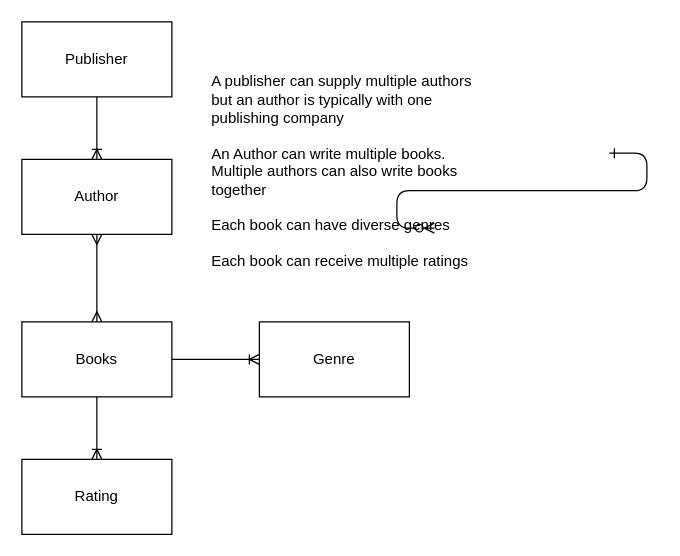
Earlier version of the draw.io diagram KN02/books.drawio (emmabrght/m165). Source tidied: cells renumbered, new cells numbered last; positions are measured from the earlier drawing's top-left corner, leaving out a move shared by most shapes. Both pictures are drawn from the tidied source at 125%, with x=0, y=0 at pixel (21, 21).
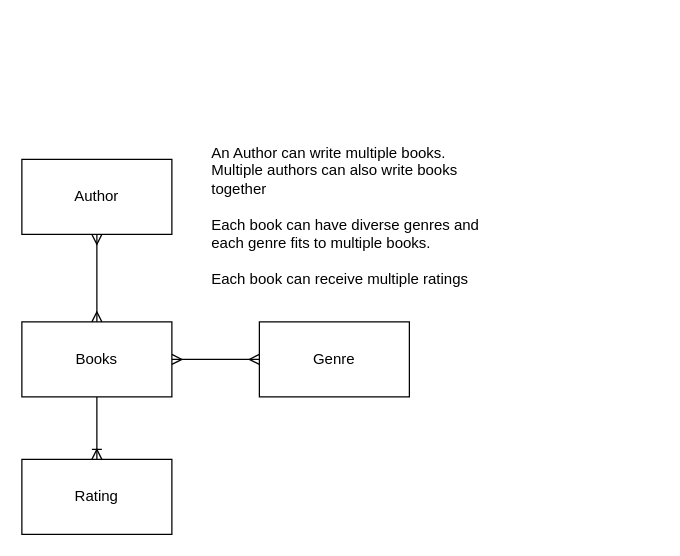
Above is the later version.

Diff of the diagram source:
```diff
@@
 <mxGraphModel>
   <root>
     <mxCell id="0" />
     <mxCell id="1" parent="0" />
-    <mxCell id="2" style="edgeStyle=entityRelationEdgeStyle;endArrow=ERzeroToMany;startArrow=ERone;endFill=1;startFill=0;" parent="1" edge="1">
-      <mxGeometry relative="1" as="geometry">
-        <mxPoint x="470" y="105" as="sourcePoint" />
-        <mxPoint x="330" y="165" as="targetPoint" />
-      </mxGeometry>
-    </mxCell>
     <mxCell id="3" value="Author" style="rounded=0;whiteSpace=wrap;html=1;" parent="1" vertex="1">
       <mxGeometry y="110" width="120" height="60" as="geometry" />
     </mxCell>
     <mxCell id="4" value="Books" style="rounded=0;whiteSpace=wrap;html=1;" parent="1" vertex="1">
       <mxGeometry y="240" width="120" height="60" as="geometry" />
     </mxCell>
     <mxCell id="5" style="fontSize=12;html=1;endArrow=ERmany;startArrow=ERmany;rounded=0;exitX=0.5;exitY=0;exitDx=0;exitDy=0;entryX=0.5;entryY=1;entryDx=0;entryDy=0;" parent="1" edge="1" source="4" target="3">
       <mxGeometry relative="1" as="geometry" />
     </mxCell>
     <mxCell id="6" value="Genre" style="rounded=0;whiteSpace=wrap;html=1;" parent="1" vertex="1">
       <mxGeometry x="190" y="240" width="120" height="60" as="geometry" />
     </mxCell>
     <mxCell id="7" value="Rating" style="rounded=0;whiteSpace=wrap;html=1;" parent="1" vertex="1">
       <mxGeometry y="350" width="120" height="60" as="geometry" />
     </mxCell>
+    <mxCell id="9" style="fontSize=12;html=1;endArrow=ERoneToMany;rounded=0;exitX=0.5;exitY=1;exitDx=0;exitDy=0;entryX=0.5;entryY=0;entryDx=0;entryDy=0;" parent="1" edge="1" source="4" target="7">
+      <mxGeometry relative="1" as="geometry" />
+    </mxCell>
+    <mxCell id="12" value="&lt;div&gt;&lt;span style=&quot;background-color: initial;&quot;&gt;An Author can write multiple books. Multiple authors can also write books together&lt;/span&gt;&lt;br&gt;&lt;/div&gt;&lt;div&gt;&lt;br&gt;Each book can have diverse genres and each genre fits to multiple books.&lt;br&gt;&lt;br&gt;Each book can receive multiple ratings&lt;/div&gt;" style="text;strokeColor=none;align=left;fillColor=none;html=1;verticalAlign=middle;whiteSpace=wrap;rounded=0;" parent="1" vertex="1">
+      <mxGeometry x="150" y="90" width="220" height="130" as="geometry" />
+    </mxCell>
-    <mxCell id="8" style="fontSize=12;html=1;endArrow=ERoneToMany;rounded=0;exitX=1;exitY=0.5;exitDx=0;exitDy=0;entryX=0;entryY=0.5;entryDx=0;entryDy=0;" parent="1" edge="1" source="4" target="6">
+    <mxCell id="8" style="fontSize=12;html=1;endArrow=ERmany;startArrow=ERmany;rounded=0;exitX=1;exitY=0.5;exitDx=0;exitDy=0;entryX=0;entryY=0.5;entryDx=0;entryDy=0;" parent="1" edge="1" source="4" target="6">
       <mxGeometry relative="1" as="geometry" />
     </mxCell>
-    <mxCell id="9" style="fontSize=12;html=1;endArrow=ERoneToMany;rounded=0;exitX=0.5;exitY=1;exitDx=0;exitDy=0;entryX=0.5;entryY=0;entryDx=0;entryDy=0;" parent="1" edge="1" source="4" target="7">
-      <mxGeometry relative="1" as="geometry" />
-    </mxCell>
-    <mxCell id="10" value="Publisher" style="rounded=0;whiteSpace=wrap;html=1;" parent="1" vertex="1">
-      <mxGeometry width="120" height="60" as="geometry" />
-    </mxCell>
-    <mxCell id="11" style="fontSize=12;html=1;endArrow=ERoneToMany;rounded=0;exitX=0.5;exitY=1;exitDx=0;exitDy=0;entryX=0.5;entryY=0;entryDx=0;entryDy=0;" parent="1" edge="1" source="10" target="3">
-      <mxGeometry relative="1" as="geometry" />
-    </mxCell>
-    <mxCell id="12" value="A publisher can supply multiple authors but an author is typically with one publishing company&lt;div&gt;&lt;br&gt;&lt;/div&gt;&lt;div&gt;An Author can write multiple books. Multiple authors can also write books together&lt;br&gt;&lt;br&gt;Each book can have diverse genres&lt;br&gt;&lt;br&gt;Each book can receive multiple ratings&lt;/div&gt;" style="text;strokeColor=none;align=left;fillColor=none;html=1;verticalAlign=middle;whiteSpace=wrap;rounded=0;" parent="1" vertex="1">
-      <mxGeometry x="150" y="20" width="220" height="200" as="geometry" />
-    </mxCell>
   </root>
 </mxGraphModel>
```
